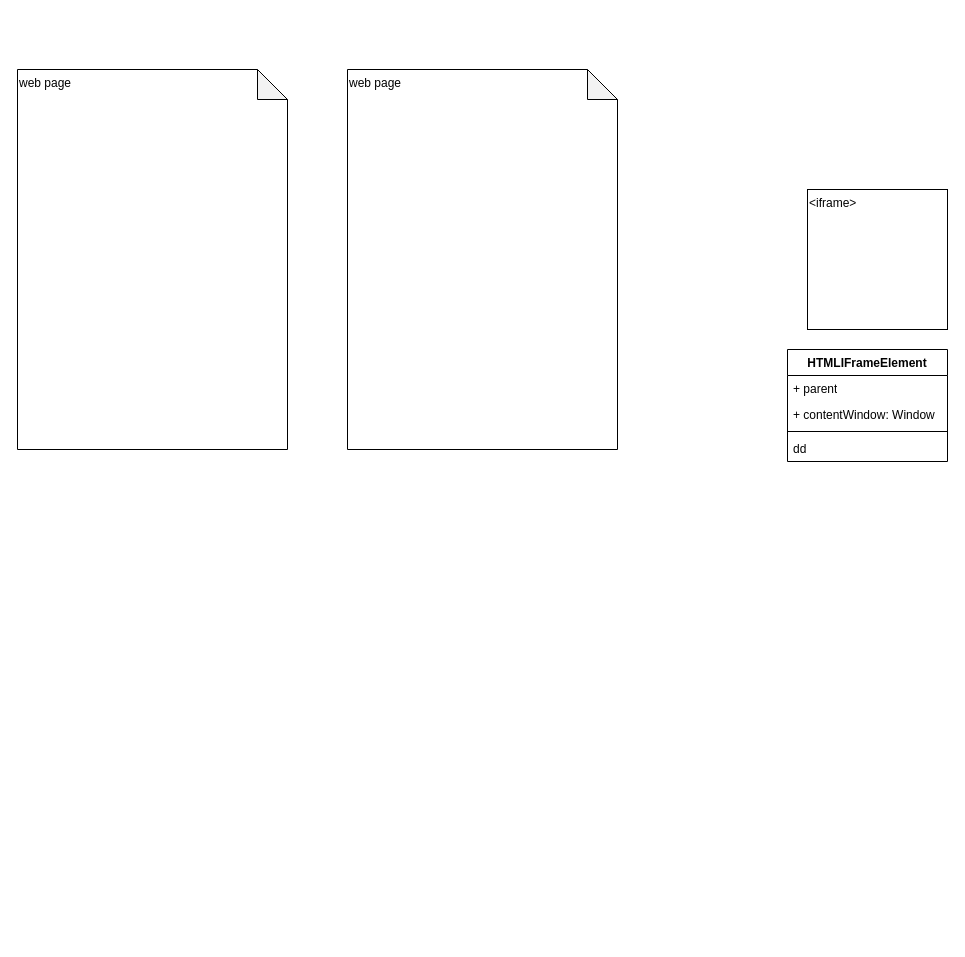
Before: iframe.drawio in xiyu23/frontend-knowledge-points, a draw.io diagram. Source tidied: cells renumbered, new cells numbered last; positions are measured from the earlier drawing's top-left corner, leaving out a move shared by most shapes. Both pictures are drawn from the tidied source at 100%, with x=0, y=0 at pixel (17, 69).
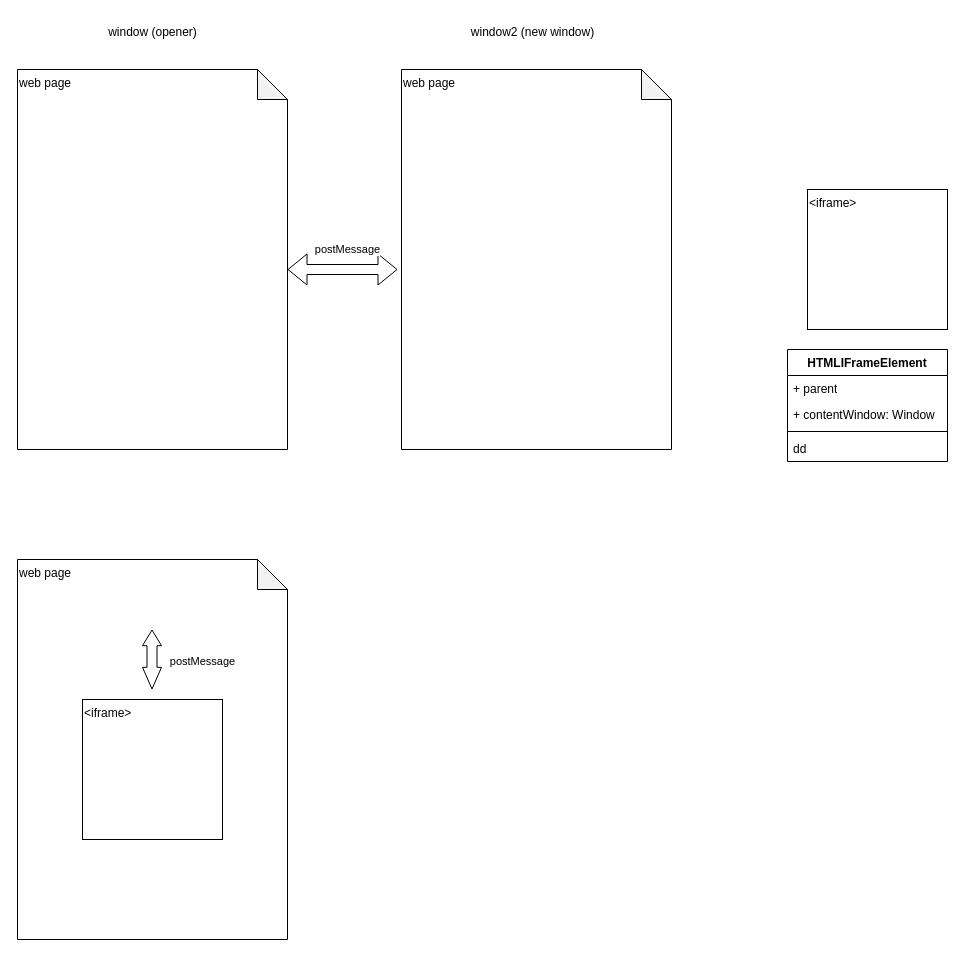
After the change.

Change to the diagram source:
```diff
@@
 <mxGraphModel>
   <root>
     <mxCell id="0" />
     <mxCell id="1" parent="0" />
     <mxCell id="2" value="web page" style="shape=note;whiteSpace=wrap;html=1;backgroundOutline=1;darkOpacity=0.05;align=left;verticalAlign=top;" parent="1" vertex="1">
       <mxGeometry width="270" height="380" as="geometry" />
     </mxCell>
     <mxCell id="3" value="&amp;lt;iframe&amp;gt;" style="whiteSpace=wrap;html=1;align=left;verticalAlign=top;" parent="1" vertex="1">
       <mxGeometry x="790" y="120" width="140" height="140" as="geometry" />
     </mxCell>
     <mxCell id="4" value="web page" style="shape=note;whiteSpace=wrap;html=1;backgroundOutline=1;darkOpacity=0.05;align=left;verticalAlign=top;" parent="1" vertex="1">
-      <mxGeometry x="330" width="270" height="380" as="geometry" />
+      <mxGeometry x="384" width="270" height="380" as="geometry" />
     </mxCell>
     <mxCell id="5" value="HTMLIFrameElement" style="swimlane;align=center;verticalAlign=top;horizontal=1;startSize=26;whiteSpace=wrap;html=1;" parent="1" vertex="1">
       <mxGeometry x="770" y="280" width="160" height="112" as="geometry" />
     </mxCell>
     <mxCell id="6" value="+ parent" style="text;strokeColor=none;fillColor=none;align=left;verticalAlign=top;spacingLeft=4;spacingRight=4;overflow=hidden;whiteSpace=wrap;html=1;" parent="5" vertex="1">
       <mxGeometry y="26" width="160" height="26" as="geometry" />
     </mxCell>
     <mxCell id="7" value="+ contentWindow: Window" style="text;strokeColor=none;fillColor=none;align=left;verticalAlign=top;spacingLeft=4;spacingRight=4;overflow=hidden;whiteSpace=wrap;html=1;" parent="5" vertex="1">
       <mxGeometry y="52" width="160" height="26" as="geometry" />
     </mxCell>
     <mxCell id="8" style="line;strokeWidth=1;fillColor=none;align=left;verticalAlign=middle;spacingTop=-1;spacingLeft=3;spacingRight=3;labelPosition=right;strokeColor=inherit;" parent="5" vertex="1">
       <mxGeometry y="78" width="160" height="8" as="geometry" />
     </mxCell>
     <mxCell id="9" value="dd" style="text;strokeColor=none;fillColor=none;align=left;verticalAlign=top;spacingLeft=4;spacingRight=4;overflow=hidden;whiteSpace=wrap;html=1;" parent="5" vertex="1">
       <mxGeometry y="86" width="160" height="26" as="geometry" />
     </mxCell>
+    <mxCell id="10" value="window (opener)" style="text;html=1;align=center;verticalAlign=middle;strokeColor=none;fillColor=none;" parent="1" vertex="1">
+      <mxGeometry x="80" y="-52" width="110" height="30" as="geometry" />
+    </mxCell>
+    <mxCell id="11" value="window2 (new window)" style="text;html=1;align=center;verticalAlign=middle;strokeColor=none;fillColor=none;" parent="1" vertex="1">
+      <mxGeometry x="440" y="-52" width="150" height="30" as="geometry" />
+    </mxCell>
+    <mxCell id="12" value="web page" style="shape=note;whiteSpace=wrap;html=1;backgroundOutline=1;darkOpacity=0.05;align=left;verticalAlign=top;" parent="1" vertex="1">
+      <mxGeometry y="490" width="270" height="380" as="geometry" />
+    </mxCell>
+    <mxCell id="13" value="&amp;lt;iframe&amp;gt;" style="whiteSpace=wrap;html=1;align=left;verticalAlign=top;" parent="1" vertex="1">
+      <mxGeometry x="65" y="630" width="140" height="140" as="geometry" />
+    </mxCell>
+    <mxCell id="14" value="postMessage" style="shape=flexArrow;endArrow=classic;startArrow=classic;html=1;rounded=0;" parent="1" edge="1">
+      <mxGeometry x="0.09" y="20" relative="1" as="geometry">
+        <mxPoint x="270" y="200" as="sourcePoint" />
+        <mxPoint x="380" y="200" as="targetPoint" />
+      </mxGeometry>
+    </mxCell>
+    <mxCell id="15" style="shape=flexArrow;endArrow=classic;startArrow=classic;html=1;rounded=0;endWidth=8;endSize=4.89;startWidth=8;startSize=6.89;" parent="1" edge="1">
+      <mxGeometry relative="1" as="geometry">
+        <mxPoint x="134.5" y="620" as="sourcePoint" />
+        <mxPoint x="134.5" y="560" as="targetPoint" />
+      </mxGeometry>
+    </mxCell>
+    <mxCell id="16" value="postMessage" style="edgeLabel;html=1;align=center;verticalAlign=middle;" parent="15" vertex="1">
+      <mxGeometry x="-0.04" y="-6" relative="1" as="geometry">
+        <mxPoint x="44" as="offset" />
+      </mxGeometry>
+    </mxCell>
   </root>
 </mxGraphModel>
```
